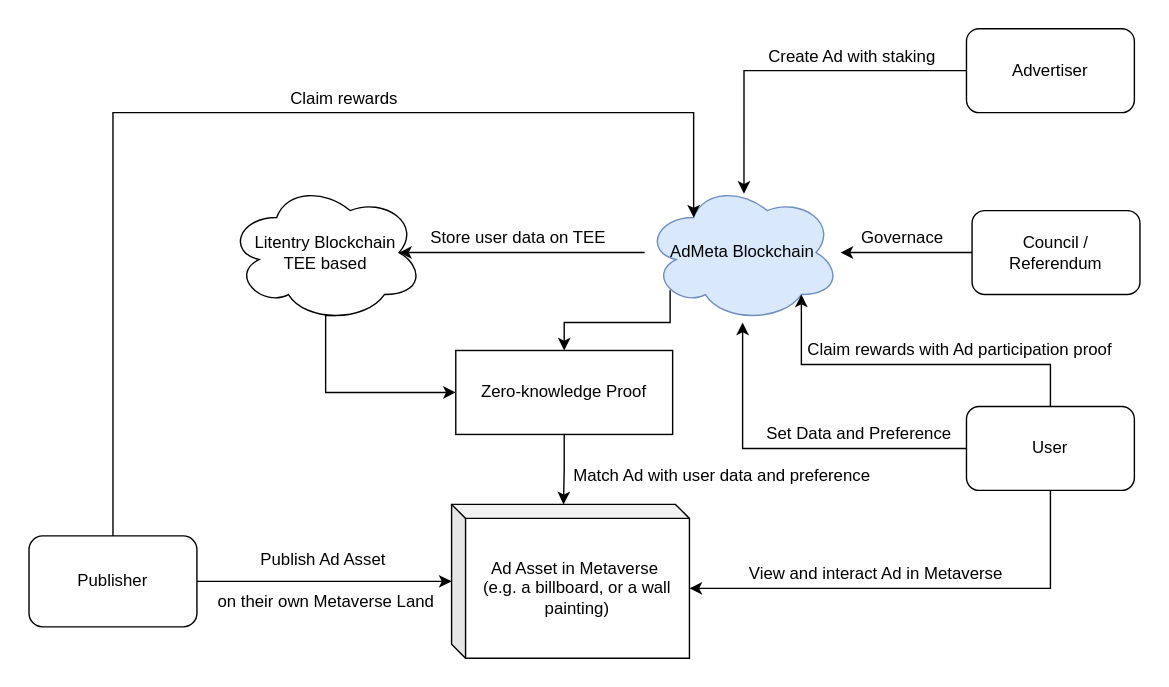
Before: admeta/admeta_architecture.svg, a diagram exported from draw.io (h4n0/gists). Source tidied: cells renumbered, new cells last; positions are measured from the earlier drawing's top-left corner, leaving out a move shared by most shapes.
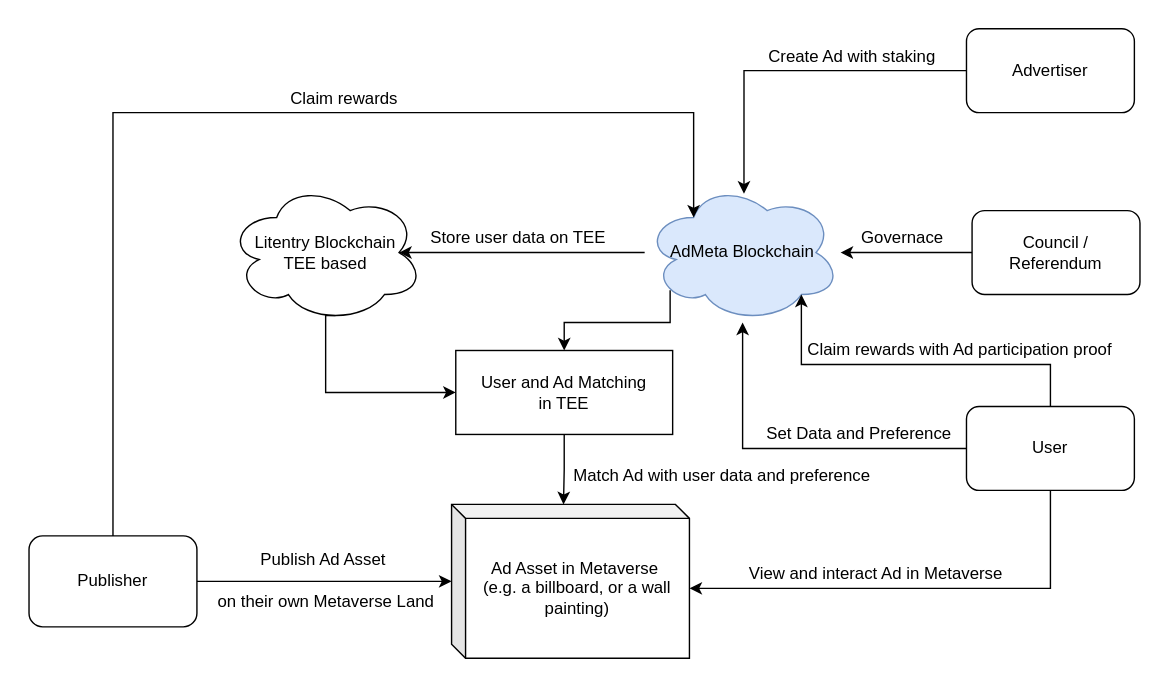
The same file after the commit.

Commit message:
Update admeta architecture

Change to the diagram source:
```diff
@@ -92,7 +92,7 @@
     <mxCell id="26" style="edgeStyle=orthogonalEdgeStyle;rounded=0;jettySize=auto;html=1;exitX=0.5;exitY=1;exitDx=0;exitDy=0;entryX=0;entryY=0;entryDx=80;entryDy=0;entryPerimeter=0;" parent="1" edge="1" source="27" target="2">
       <mxGeometry relative="1" as="geometry" />
     </mxCell>
-    <mxCell id="27" value="Zero-knowledge Proof" style="rounded=0;whiteSpace=wrap;html=1;" parent="1" vertex="1">
+    <mxCell id="27" value="User and Ad Matching &lt;br&gt;in TEE" style="rounded=0;whiteSpace=wrap;html=1;" parent="1" vertex="1">
       <mxGeometry x="305" y="230" width="155" height="60" as="geometry" />
     </mxCell>
     <mxCell id="28" value="Claim rewards with Ad participation proof" style="text;html=1;align=center;verticalAlign=middle;strokeColor=none;fillColor=none;" parent="1" vertex="1">
```
